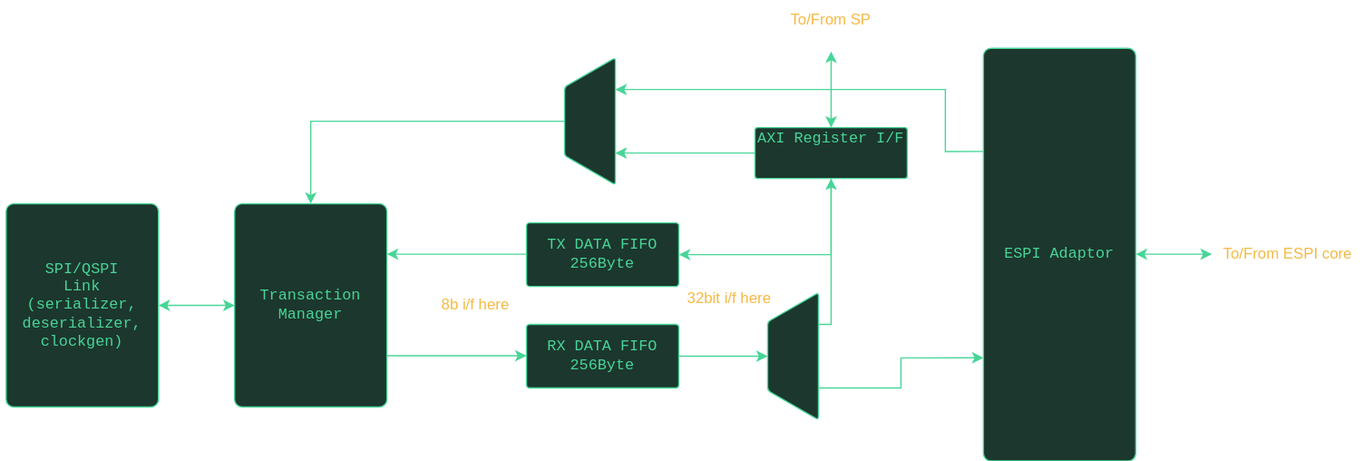
This is hdl/ip/vhd/spi_nor_controller/docs/spi_nor_block.drawio.svg from oxidecomputer/quartz, a draw.io export, as it was before one commit. Source tidied: cells renumbered, new cells last; positions are measured from the earlier drawing's top-left corner, leaving out a move shared by most shapes.
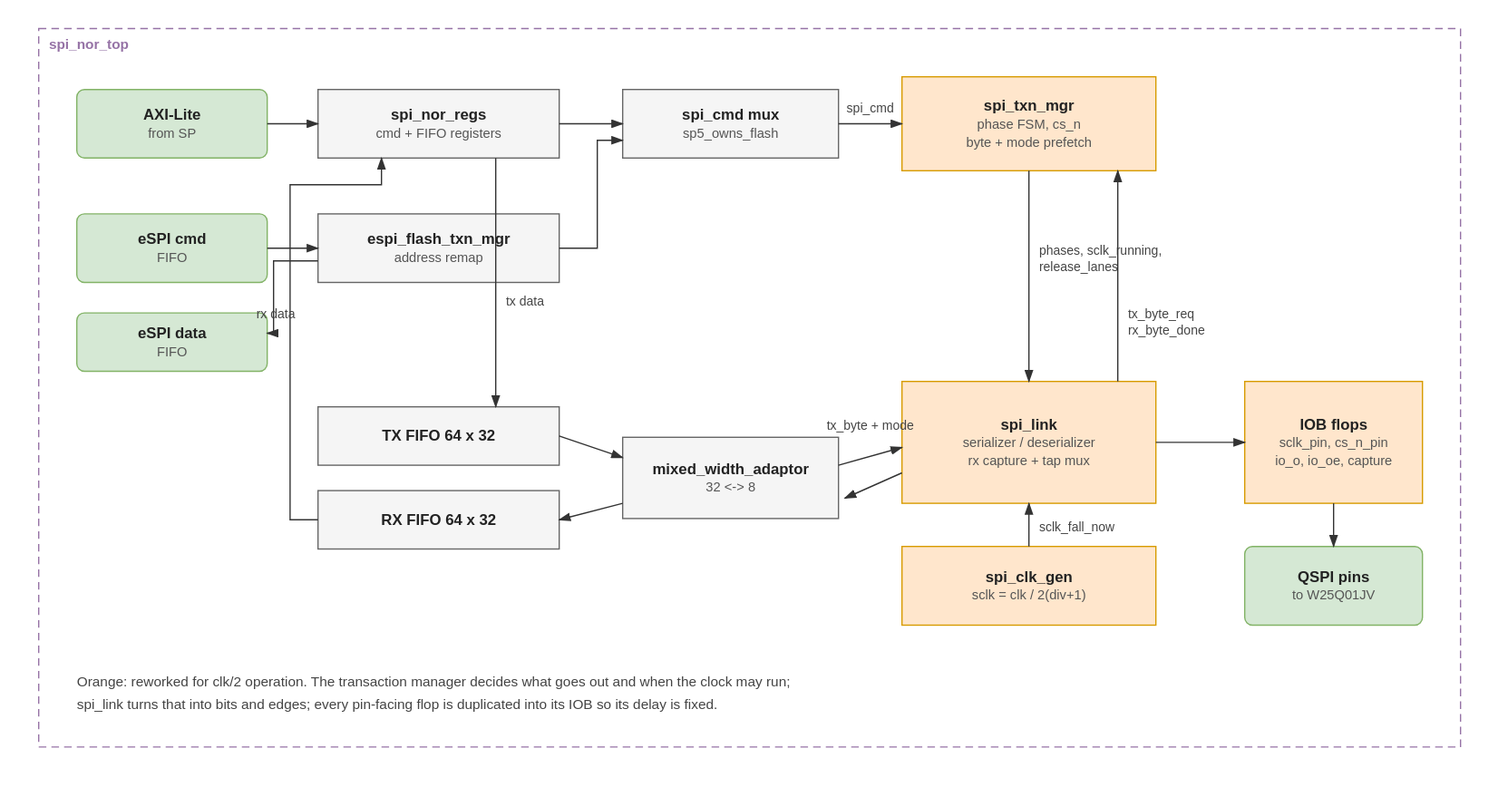
The same file after the commit.

Commit message:
Add some spi block docs

Diff of the diagram source:
```diff
@@ -2,107 +2,101 @@
   <root>
     <mxCell id="0" />
     <mxCell id="1" parent="0" />
-    <mxCell id="2" value="SPI/QSPI&lt;div&gt;Link&lt;/div&gt;&lt;div&gt;(serializer, deserializer, clockgen)&lt;/div&gt;" style="rounded=1;whiteSpace=wrap;html=1;fontFamily=Courier New;verticalAlign=middle;spacing=-3;strokeWidth=1;fillColor=#1C372E;fontColor=#48d597;strokeColor=#48d597;arcSize=5;" parent="1" vertex="1">
-      <mxGeometry y="160" width="120" height="160" as="geometry" />
-    </mxCell>
-    <mxCell id="3" value="AXI Register I/F" style="rounded=1;whiteSpace=wrap;html=1;fontFamily=Courier New;verticalAlign=top;spacing=-3;strokeWidth=1;fillColor=#1C372E;fontColor=#48d597;strokeColor=#48d597;arcSize=5;labelPosition=center;verticalLabelPosition=middle;align=center;" parent="1" vertex="1">
-      <mxGeometry x="590" y="100" width="120" height="40" as="geometry" />
-    </mxCell>
-    <mxCell id="4" value="Transaction Manager" style="rounded=1;whiteSpace=wrap;html=1;fontFamily=Courier New;verticalAlign=middle;spacing=-3;strokeWidth=1;fillColor=#1C372E;fontColor=#48d597;strokeColor=#48d597;arcSize=5;labelPosition=center;verticalLabelPosition=middle;align=center;" parent="1" vertex="1">
-      <mxGeometry x="180" y="160" width="120" height="160" as="geometry" />
-    </mxCell>
-    <mxCell id="5" style="edgeStyle=orthogonalEdgeStyle;rounded=0;orthogonalLoop=1;jettySize=auto;html=1;exitX=0.5;exitY=1;exitDx=0;exitDy=0;" parent="1" edge="1" source="4" target="4">
-      <mxGeometry relative="1" as="geometry" />
-    </mxCell>
-    <mxCell id="6" value="TX DATA FIFO&lt;div&gt;256Byte&lt;/div&gt;" style="rounded=1;whiteSpace=wrap;html=1;fontFamily=Courier New;verticalAlign=middle;spacing=-3;strokeWidth=1;fillColor=#1C372E;fontColor=#48d597;strokeColor=#48d597;arcSize=5;labelPosition=center;verticalLabelPosition=middle;align=center;" parent="1" vertex="1">
-      <mxGeometry x="410" y="175" width="120" height="50" as="geometry" />
-    </mxCell>
-    <mxCell id="7" value="RX DATA FIFO&lt;div&gt;256Byte&lt;/div&gt;" style="rounded=1;whiteSpace=wrap;html=1;fontFamily=Courier New;verticalAlign=middle;spacing=-3;strokeWidth=1;fillColor=#1C372E;fontColor=#48d597;strokeColor=#48d597;arcSize=5;labelPosition=center;verticalLabelPosition=middle;align=center;" parent="1" vertex="1">
-      <mxGeometry x="410" y="255" width="120" height="50" as="geometry" />
-    </mxCell>
-    <mxCell id="8" style="endArrow=classic;startArrow=none;html=1;rounded=0;exitX=0;exitY=0.5;exitDx=0;exitDy=0;strokeColor=#48D597;startFill=0;edgeStyle=orthogonalEdgeStyle;entryX=1;entryY=0.75;entryDx=0;entryDy=0;" parent="1" edge="1">
-      <mxGeometry relative="1" as="geometry">
-        <mxPoint x="410" y="199.7" as="sourcePoint" />
-        <mxPoint x="300" y="199.7" as="targetPoint" />
-      </mxGeometry>
-    </mxCell>
-    <mxCell id="9" style="endArrow=classic;startArrow=none;html=1;rounded=0;exitX=1;exitY=0.25;exitDx=0;exitDy=0;strokeColor=#48D597;startFill=0;edgeStyle=orthogonalEdgeStyle;entryX=0;entryY=0.5;entryDx=0;entryDy=0;" parent="1" edge="1">
-      <mxGeometry relative="1" as="geometry">
-        <mxPoint x="300" y="279.7" as="sourcePoint" />
-        <mxPoint x="410" y="279.7" as="targetPoint" />
-      </mxGeometry>
-    </mxCell>
-    <mxCell id="10" value="8b i/f here" style="text;html=1;align=center;verticalAlign=middle;whiteSpace=wrap;rounded=0;fontColor=#F5B944;" parent="1" vertex="1">
-      <mxGeometry x="310" y="225" width="120" height="30" as="geometry" />
-    </mxCell>
-    <mxCell id="11" style="endArrow=classic;startArrow=none;html=1;rounded=0;exitX=0.5;exitY=1;exitDx=0;exitDy=0;strokeColor=#48D597;startFill=0;edgeStyle=orthogonalEdgeStyle;entryX=0.5;entryY=0;entryDx=0;entryDy=0;" parent="1" edge="1" source="15" target="4">
-      <mxGeometry relative="1" as="geometry" />
-    </mxCell>
-    <mxCell id="12" style="endArrow=classic;startArrow=none;html=1;rounded=0;exitX=0.5;exitY=1;exitDx=0;exitDy=0;strokeColor=#48D597;startFill=0;edgeStyle=orthogonalEdgeStyle;entryX=1;entryY=0.5;entryDx=0;entryDy=0;" parent="1" edge="1" source="3" target="6">
-      <mxGeometry relative="1" as="geometry" />
-    </mxCell>
-    <mxCell id="13" style="endArrow=classic;startArrow=none;html=1;rounded=0;exitX=0.25;exitY=0;exitDx=0;exitDy=0;strokeColor=#48D597;startFill=0;edgeStyle=orthogonalEdgeStyle;entryX=0.5;entryY=1;entryDx=0;entryDy=0;" parent="1" edge="1" source="14" target="3">
-      <mxGeometry relative="1" as="geometry" />
-    </mxCell>
-    <mxCell id="14" style="verticalLabelPosition=middle;verticalAlign=middle;html=1;shape=trapezoid;perimeter=trapezoidPerimeter;whiteSpace=wrap;size=0.23;arcSize=5;flipV=1;labelPosition=center;align=center;rounded=1;strokeColor=#48d597;strokeWidth=1;spacing=-3;fontFamily=Courier New;fontSize=12;fontColor=#48d597;fillColor=#1C372E;rotation=90;" parent="1" vertex="1">
-      <mxGeometry x="570" y="260" width="100" height="40" as="geometry" />
-    </mxCell>
-    <mxCell id="15" style="verticalLabelPosition=middle;verticalAlign=middle;html=1;shape=trapezoid;perimeter=trapezoidPerimeter;whiteSpace=wrap;size=0.23;arcSize=5;flipV=1;labelPosition=center;align=center;rounded=1;strokeColor=#48d597;strokeWidth=1;spacing=-3;fontFamily=Courier New;fontSize=12;fontColor=#48d597;fillColor=#1C372E;rotation=90;" parent="1" vertex="1">
-      <mxGeometry x="410" y="75" width="100" height="40" as="geometry" />
-    </mxCell>
-    <mxCell id="16" style="endArrow=classic;startArrow=none;html=1;rounded=0;exitX=1;exitY=0.5;exitDx=0;exitDy=0;strokeColor=#48D597;startFill=0;edgeStyle=orthogonalEdgeStyle;entryX=0.5;entryY=1;entryDx=0;entryDy=0;" parent="1" edge="1" source="7" target="14">
-      <mxGeometry relative="1" as="geometry" />
-    </mxCell>
-    <mxCell id="17" value="32bit i/f here" style="text;html=1;align=center;verticalAlign=middle;whiteSpace=wrap;rounded=0;fontColor=#F5B944;" parent="1" vertex="1">
-      <mxGeometry x="510" y="220" width="120" height="30" as="geometry" />
-    </mxCell>
-    <mxCell id="18" style="endArrow=classic;startArrow=none;html=1;rounded=0;exitX=0;exitY=0.5;exitDx=0;exitDy=0;strokeColor=#48D597;startFill=0;edgeStyle=orthogonalEdgeStyle;entryX=0.75;entryY=0;entryDx=0;entryDy=0;" parent="1" edge="1" source="3" target="15">
-      <mxGeometry relative="1" as="geometry" />
-    </mxCell>
-    <mxCell id="19" style="edgeStyle=orthogonalEdgeStyle;rounded=0;orthogonalLoop=1;jettySize=auto;html=1;exitX=0.5;exitY=1;exitDx=0;exitDy=0;" parent="1" edge="1" source="2" target="2">
-      <mxGeometry relative="1" as="geometry" />
-    </mxCell>
-    <mxCell id="20" style="endArrow=classic;startArrow=classic;html=1;rounded=0;strokeColor=#48D597;startFill=1;edgeStyle=orthogonalEdgeStyle;entryX=1;entryY=0.5;entryDx=0;entryDy=0;exitX=0;exitY=0.5;exitDx=0;exitDy=0;" parent="1" edge="1" source="4" target="2">
-      <mxGeometry relative="1" as="geometry" />
-    </mxCell>
-    <mxCell id="21" value="ESPI Adaptor" style="rounded=1;whiteSpace=wrap;html=1;fontFamily=Courier New;verticalAlign=middle;spacing=-3;strokeWidth=1;fillColor=#1C372E;fontColor=#48d597;strokeColor=#48d597;arcSize=5;labelPosition=center;verticalLabelPosition=middle;align=center;" parent="1" vertex="1">
-      <mxGeometry x="770" y="37.5" width="120" height="325" as="geometry" />
-    </mxCell>
-    <mxCell id="22" style="endArrow=classic;startArrow=none;html=1;rounded=0;exitX=0.75;exitY=0;exitDx=0;exitDy=0;strokeColor=#48D597;startFill=0;edgeStyle=orthogonalEdgeStyle;entryX=0;entryY=0.75;entryDx=0;entryDy=0;" parent="1" edge="1" source="14" target="21">
-      <mxGeometry relative="1" as="geometry" />
-    </mxCell>
-    <mxCell id="23" style="endArrow=classic;startArrow=none;html=1;rounded=0;exitX=0;exitY=0.25;exitDx=0;exitDy=0;strokeColor=#48D597;startFill=0;edgeStyle=orthogonalEdgeStyle;entryX=0.25;entryY=0;entryDx=0;entryDy=0;" parent="1" edge="1" source="21" target="15">
-      <mxGeometry relative="1" as="geometry">
-        <Array as="points">
-          <mxPoint x="740" y="119" />
-          <mxPoint x="740" y="70" />
-        </Array>
-      </mxGeometry>
-    </mxCell>
-    <mxCell id="24" style="endArrow=classic;startArrow=classic;html=1;rounded=0;strokeColor=#48D597;startFill=1;edgeStyle=orthogonalEdgeStyle;entryX=1;entryY=0.5;entryDx=0;entryDy=0;exitX=0;exitY=0.5;exitDx=0;exitDy=0;" parent="1" edge="1">
-      <mxGeometry relative="1" as="geometry">
-        <mxPoint x="950" y="199.7" as="sourcePoint" />
-        <mxPoint x="890" y="199.7" as="targetPoint" />
-        <Array as="points">
-          <mxPoint x="910" y="199.7" />
-          <mxPoint x="910" y="199.7" />
-        </Array>
-      </mxGeometry>
-    </mxCell>
-    <mxCell id="25" value="To/From ESPI core" style="text;html=1;align=center;verticalAlign=middle;whiteSpace=wrap;rounded=0;fontColor=#F5B944;" parent="1" vertex="1">
-      <mxGeometry x="950" y="185" width="120" height="30" as="geometry" />
-    </mxCell>
-    <mxCell id="26" style="endArrow=classic;startArrow=classic;html=1;rounded=0;strokeColor=#48D597;startFill=1;edgeStyle=orthogonalEdgeStyle;entryX=0.5;entryY=0;entryDx=0;entryDy=0;" parent="1" edge="1" target="3">
-      <mxGeometry relative="1" as="geometry">
-        <mxPoint x="650" y="40" as="sourcePoint" />
-        <Array as="points">
-          <mxPoint x="650" y="40" />
-          <mxPoint x="650" y="40" />
-        </Array>
-      </mxGeometry>
-    </mxCell>
-    <mxCell id="27" value="To/From SP" style="text;html=1;align=center;verticalAlign=middle;whiteSpace=wrap;rounded=0;fontColor=#F5B944;" parent="1" vertex="1">
-      <mxGeometry x="590" width="120" height="30" as="geometry" />
-    </mxCell>
+    <mxCell id="28" value="spi_nor_top" style="rounded=0;whiteSpace=wrap;html=1;fillColor=none;strokeColor=#9673a6;dashed=1;verticalAlign=top;" parent="1" vertex="1">
+      <mxGeometry x="-190" y="-18" width="1120" height="566" as="geometry" />
+    </mxCell>
+    <mxCell id="29" value="AXI-Lite from SP" style="rounded=1;whiteSpace=wrap;html=1;fillColor=#d5e8d4;strokeColor=#82b366;" parent="1" vertex="1">
+      <mxGeometry x="-160" y="30" width="150" height="54" as="geometry" />
+    </mxCell>
+    <mxCell id="30" value="spi_nor_regs cmd + FIFO registers" style="rounded=0;whiteSpace=wrap;html=1;fillColor=#f5f5f5;strokeColor=#666666;" parent="1" vertex="1">
+      <mxGeometry x="30" y="30" width="190" height="54" as="geometry" />
+    </mxCell>
+    <mxCell id="31" value="spi_cmd mux sp5_owns_flash" style="rounded=0;whiteSpace=wrap;html=1;fillColor=#f5f5f5;strokeColor=#666666;" parent="1" vertex="1">
+      <mxGeometry x="270" y="30" width="170" height="54" as="geometry" />
+    </mxCell>
+    <mxCell id="32" value="spi_txn_mgr phase FSM, cs_n byte + mode prefetch" style="rounded=0;whiteSpace=wrap;html=1;fillColor=#ffe6cc;strokeColor=#d79b00;" parent="1" vertex="1">
+      <mxGeometry x="490" y="20" width="200" height="74" as="geometry" />
+    </mxCell>
+    <mxCell id="33" value="eSPI cmd FIFO" style="rounded=1;whiteSpace=wrap;html=1;fillColor=#d5e8d4;strokeColor=#82b366;" parent="1" vertex="1">
+      <mxGeometry x="-160" y="128" width="150" height="54" as="geometry" />
+    </mxCell>
+    <mxCell id="34" value="espi_flash_txn_mgr address remap" style="rounded=0;whiteSpace=wrap;html=1;fillColor=#f5f5f5;strokeColor=#666666;" parent="1" vertex="1">
+      <mxGeometry x="30" y="128" width="190" height="54" as="geometry" />
+    </mxCell>
+    <mxCell id="35" value="eSPI data FIFO" style="rounded=1;whiteSpace=wrap;html=1;fillColor=#d5e8d4;strokeColor=#82b366;" parent="1" vertex="1">
+      <mxGeometry x="-160" y="206" width="150" height="46" as="geometry" />
+    </mxCell>
+    <mxCell id="36" value="TX FIFO  64 x 32" style="rounded=0;whiteSpace=wrap;html=1;fillColor=#f5f5f5;strokeColor=#666666;" parent="1" vertex="1">
+      <mxGeometry x="30" y="280" width="190" height="46" as="geometry" />
+    </mxCell>
+    <mxCell id="37" value="RX FIFO  64 x 32" style="rounded=0;whiteSpace=wrap;html=1;fillColor=#f5f5f5;strokeColor=#666666;" parent="1" vertex="1">
+      <mxGeometry x="30" y="346" width="190" height="46" as="geometry" />
+    </mxCell>
+    <mxCell id="38" value="mixed_width_adaptor 32 &lt;-&gt; 8" style="rounded=0;whiteSpace=wrap;html=1;fillColor=#f5f5f5;strokeColor=#666666;" parent="1" vertex="1">
+      <mxGeometry x="270" y="304" width="170" height="64" as="geometry" />
+    </mxCell>
+    <mxCell id="39" value="spi_link serializer / deserializer rx capture + tap mux" style="rounded=0;whiteSpace=wrap;html=1;fillColor=#ffe6cc;strokeColor=#d79b00;" parent="1" vertex="1">
+      <mxGeometry x="490" y="260" width="200" height="96" as="geometry" />
+    </mxCell>
+    <mxCell id="40" value="spi_clk_gen sclk = clk / 2(div+1)" style="rounded=0;whiteSpace=wrap;html=1;fillColor=#ffe6cc;strokeColor=#d79b00;" parent="1" vertex="1">
+      <mxGeometry x="490" y="390" width="200" height="62" as="geometry" />
+    </mxCell>
+    <mxCell id="41" value="IOB flops sclk_pin, cs_n_pin io_o, io_oe, capture" style="rounded=0;whiteSpace=wrap;html=1;fillColor=#ffe6cc;strokeColor=#d79b00;" parent="1" vertex="1">
+      <mxGeometry x="760" y="260" width="140" height="96" as="geometry" />
+    </mxCell>
+    <mxCell id="42" value="QSPI pins to W25Q01JV" style="rounded=1;whiteSpace=wrap;html=1;fillColor=#d5e8d4;strokeColor=#82b366;" parent="1" vertex="1">
+      <mxGeometry x="760" y="390" width="140" height="62" as="geometry" />
+    </mxCell>
+    <mxCell id="43" style="edgeStyle=orthogonalEdgeStyle;rounded=0;html=1;endArrow=block;" parent="1" edge="1" source="29" target="30">
+      <mxGeometry relative="1" as="geometry" />
+    </mxCell>
+    <mxCell id="44" style="edgeStyle=orthogonalEdgeStyle;rounded=0;html=1;endArrow=block;" parent="1" edge="1" source="30" target="31">
+      <mxGeometry relative="1" as="geometry" />
+    </mxCell>
+    <mxCell id="45" value="spi_cmd" style="edgeStyle=orthogonalEdgeStyle;rounded=0;html=1;endArrow=block;" parent="1" edge="1" source="31" target="32">
+      <mxGeometry relative="1" as="geometry" />
+    </mxCell>
+    <mxCell id="46" style="edgeStyle=orthogonalEdgeStyle;rounded=0;html=1;endArrow=block;" parent="1" edge="1" source="33" target="34">
+      <mxGeometry relative="1" as="geometry" />
+    </mxCell>
+    <mxCell id="47" style="edgeStyle=orthogonalEdgeStyle;rounded=0;html=1;endArrow=block;" parent="1" edge="1" source="34" target="31">
+      <mxGeometry relative="1" as="geometry" />
+    </mxCell>
+    <mxCell id="48" style="edgeStyle=orthogonalEdgeStyle;rounded=0;html=1;endArrow=block;" parent="1" edge="1" source="30" target="36">
+      <mxGeometry relative="1" as="geometry" />
+    </mxCell>
+    <mxCell id="49" style="edgeStyle=orthogonalEdgeStyle;rounded=0;html=1;endArrow=block;" parent="1" edge="1" source="36" target="38">
+      <mxGeometry relative="1" as="geometry" />
+    </mxCell>
+    <mxCell id="50" value="tx_byte" style="edgeStyle=orthogonalEdgeStyle;rounded=0;html=1;endArrow=block;" parent="1" edge="1" source="38" target="39">
+      <mxGeometry relative="1" as="geometry" />
+    </mxCell>
+    <mxCell id="51" value="rx_byte" style="edgeStyle=orthogonalEdgeStyle;rounded=0;html=1;endArrow=block;" parent="1" edge="1" source="39" target="38">
+      <mxGeometry relative="1" as="geometry" />
+    </mxCell>
+    <mxCell id="52" style="edgeStyle=orthogonalEdgeStyle;rounded=0;html=1;endArrow=block;" parent="1" edge="1" source="38" target="37">
+      <mxGeometry relative="1" as="geometry" />
+    </mxCell>
+    <mxCell id="53" style="edgeStyle=orthogonalEdgeStyle;rounded=0;html=1;endArrow=block;" parent="1" edge="1" source="37" target="30">
+      <mxGeometry relative="1" as="geometry" />
+    </mxCell>
+    <mxCell id="54" value="flash data" style="edgeStyle=orthogonalEdgeStyle;rounded=0;html=1;endArrow=block;" parent="1" edge="1" source="34" target="35">
+      <mxGeometry relative="1" as="geometry" />
+    </mxCell>
+    <mxCell id="55" value="in_tx/rx_phases, sclk_running, release_lanes, tx byte + mode" style="edgeStyle=orthogonalEdgeStyle;rounded=0;html=1;endArrow=block;" parent="1" edge="1" source="32" target="39">
+      <mxGeometry relative="1" as="geometry" />
+    </mxCell>
+    <mxCell id="56" value="tx_byte_req, rx_byte_done" style="edgeStyle=orthogonalEdgeStyle;rounded=0;html=1;endArrow=block;" parent="1" edge="1" source="39" target="32">
+      <mxGeometry relative="1" as="geometry" />
+    </mxCell>
+    <mxCell id="57" value="sclk_fall_now" style="edgeStyle=orthogonalEdgeStyle;rounded=0;html=1;endArrow=block;" parent="1" edge="1" source="40" target="39">
+      <mxGeometry relative="1" as="geometry" />
+    </mxCell>
+    <mxCell id="58" style="edgeStyle=orthogonalEdgeStyle;rounded=0;html=1;endArrow=block;" parent="1" edge="1" source="39" target="41">
+      <mxGeometry relative="1" as="geometry" />
+    </mxCell>
+    <mxCell id="59" style="edgeStyle=orthogonalEdgeStyle;rounded=0;html=1;endArrow=block;" parent="1" edge="1" source="41" target="42">
+      <mxGeometry relative="1" as="geometry" />
+    </mxCell>
   </root>
 </mxGraphModel>
```
